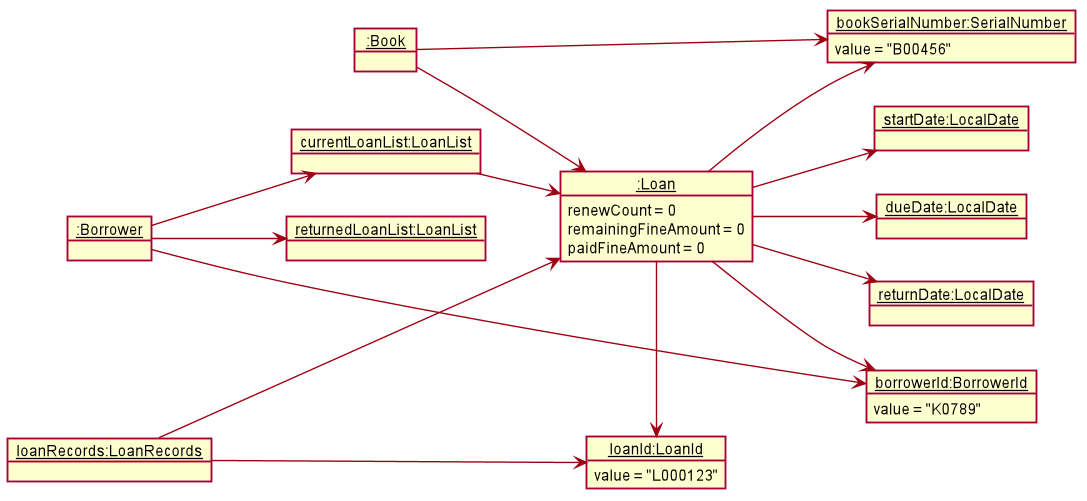
The PlantUML diagram images/LoanObjectDiagram.png in AY1920S1-CS2103T-F13-1/main, before a commit. Its diagram source:
```plantuml
@startuml








skinparam BackgroundColor #FFFFFFF

skinparam Shadowing false

skinparam Class {
    FontColor #FFFFFF
    BorderThickness 1
    BorderColor #FFFFFF
    StereotypeFontColor #FFFFFF
    FontName Arial
}

skinparam Actor {
    BorderColor #000000
    Color #000000
    FontName Arial
}

skinparam Sequence {
    MessageAlign center
    BoxFontSize 15
    BoxPadding 0
    BoxFontColor #FFFFFF
    FontName Arial
}

skinparam Participant {
    FontColor #FFFFFFF
    Padding 20
}

skinparam MinClassWidth 50
skinparam ParticipantPadding 10
skinparam Shadowing false
skinparam DefaultTextAlignment center
skinparam packageStyle Rectangle

hide footbox
hide members
hide circle
show members
left to right direction
skinparam arrowThickness 1.1
skinparam arrowColor #9D0012
skinparam classBackgroundColor #9D0012
skinparam ObjectAttributeFontSize 12

object "__loanRecords:LoanRecords__" as LoanRecords
object "__:Loan__" as Loan {
    renewCount = 0
    remainingFineAmount = 0
    paidFineAmount = 0
}
object "__loanId:LoanId__" as LoanId {
    value = "L000123"
}
object "__bookSerialNumber:SerialNumber__" as SerialNumber {
    value = "B00456"
}
object "__borrowerId:BorrowerId__" as BorrowerId {
    value = "K0789"
}
object "__startDate:LocalDate__" as startDate
object "__dueDate:LocalDate__" as dueDate
object "__returnDate:LocalDate__" as returnDate
object "__:Book__" as Book
object "__:Borrower__" as Borrower
object "__currentLoanList:LoanList__" as currentLoanList
object "__returnedLoanList:LoanList__" as returnedLoanList

LoanRecords --> Loan
LoanRecords ---> LoanId
Book --> Loan
Book --> SerialNumber
Borrower --> currentLoanList
Borrower --> returnedLoanList
currentLoanList --> Loan
returnedLoanList -[hidden]-> Loan
Borrower --> BorrowerId
Loan -> LoanId
Loan --> SerialNumber
Loan --> BorrowerId
Loan --> startDate
Loan --> dueDate
Loan --> returnDate

@enduml
```
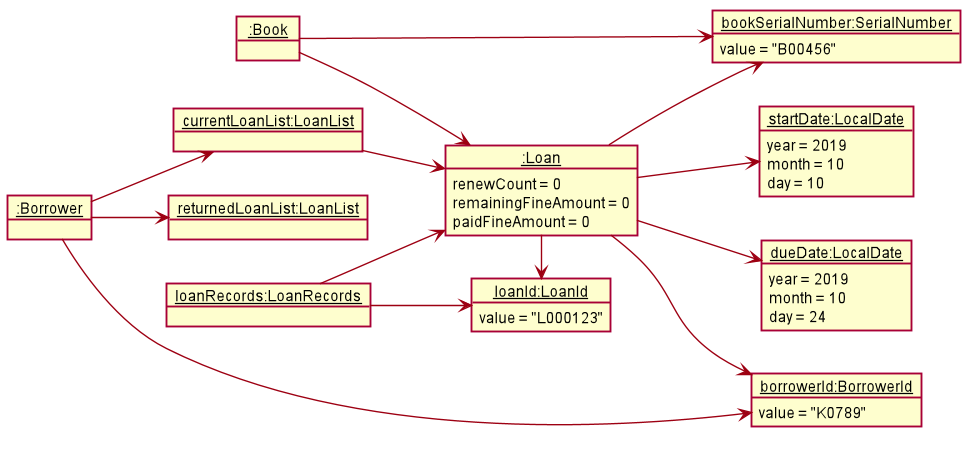
After the change.

Diff of the diagram source:
```diff
@@ -1,4 +1,5 @@
 @startuml
+
 
 
 
@@ -35,7 +36,6 @@
 
 skinparam Participant {
     FontColor #FFFFFFF
-    Padding 20
 }
 
 skinparam MinClassWidth 50
@@ -69,16 +69,23 @@
 object "__borrowerId:BorrowerId__" as BorrowerId {
     value = "K0789"
 }
-object "__startDate:LocalDate__" as startDate
-object "__dueDate:LocalDate__" as dueDate
-object "__returnDate:LocalDate__" as returnDate
+object "__startDate:LocalDate__" as startDate {
+    year = 2019
+    month = 10
+    day = 10
+}
+object "__dueDate:LocalDate__" as dueDate {
+    year = 2019
+    month = 10
+    day = 24
+}
 object "__:Book__" as Book
 object "__:Borrower__" as Borrower
 object "__currentLoanList:LoanList__" as currentLoanList
 object "__returnedLoanList:LoanList__" as returnedLoanList
 
 LoanRecords --> Loan
-LoanRecords ---> LoanId
+LoanRecords --> LoanId
 Book --> Loan
 Book --> SerialNumber
 Borrower --> currentLoanList
@@ -91,6 +98,5 @@
 Loan --> BorrowerId
 Loan --> startDate
 Loan --> dueDate
-Loan --> returnDate
 
 @enduml
```
